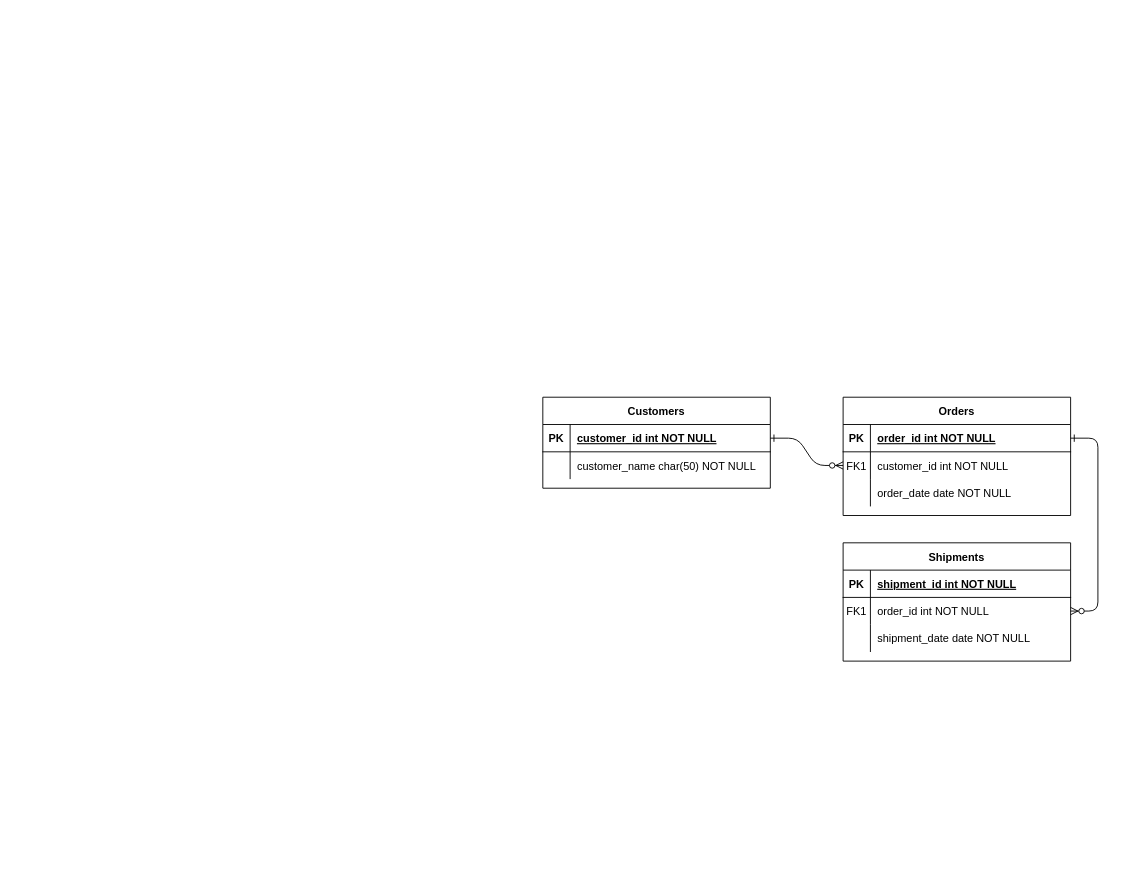
Before: daily_report_ER_diagram.drawio in satoru817/4eachkeijiban, a draw.io diagram. Source tidied: cells renumbered, new cells numbered last; positions are measured from the earlier drawing's top-left corner, leaving out a move shared by most shapes. Both pictures are drawn from the tidied source at 91%, with x=0, y=0 at pixel (542, 397).
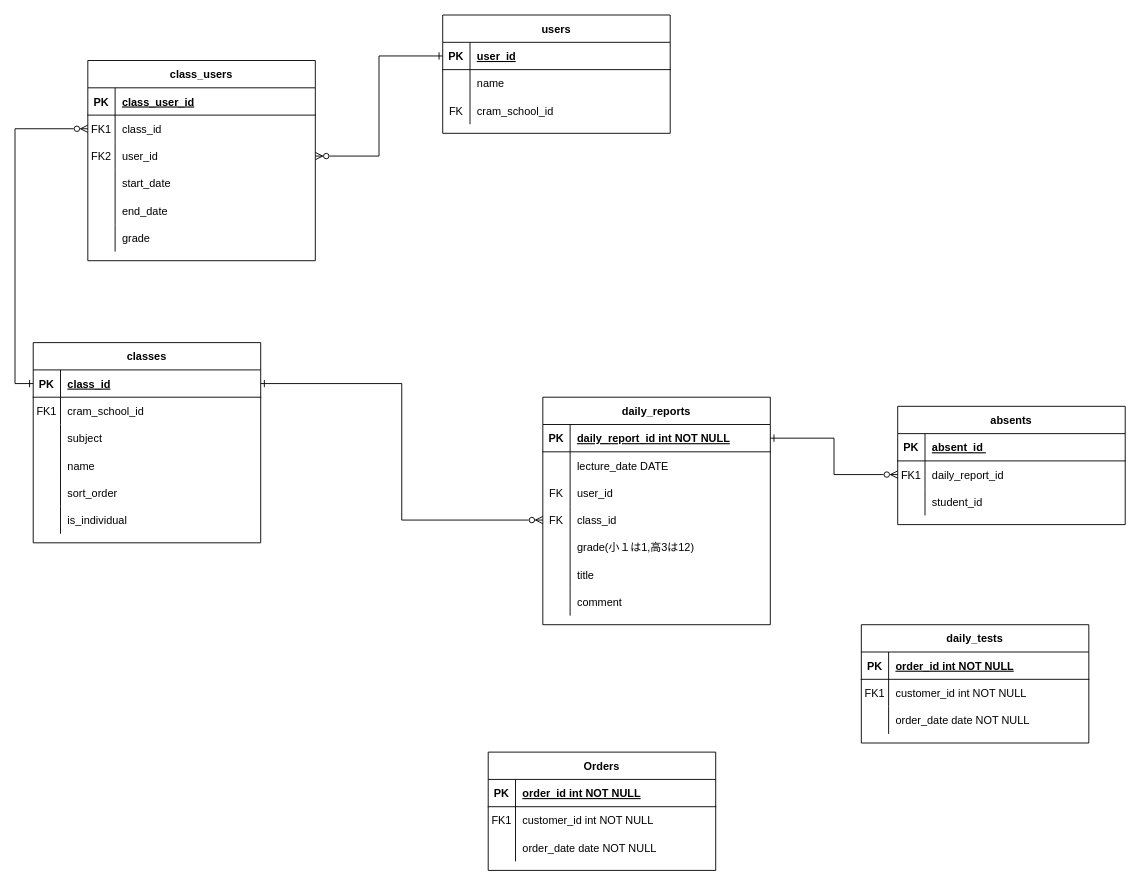
Above is the later version.

Commit message (it also covers changes not shown here):
daily_report_ER_diagram.drawio を更新します

Unchanged cells that the change refers to:
```xml
<mxCell id="5" style="shape=partialRectangle;fillColor=none;points=[[0,0.5],[1,0.5]];portConstraint=eastwest;top=0;left=0;right=0;bottom=1;" parent="4" vertex="1">
  <mxGeometry y="30" width="250" height="30" as="geometry" />
</mxCell>
<mxCell id="8" style="shape=partialRectangle;fillColor=none;points=[[0,0.5],[1,0.5]];portConstraint=eastwest;top=0;left=0;right=0;bottom=0;" parent="4" vertex="1">
  <mxGeometry y="60" width="250" height="30" as="geometry" />
</mxCell>
<mxCell id="15" style="shape=partialRectangle;fillColor=none;top=0;left=0;right=0;bottom=1;" parent="14" vertex="1">
  <mxGeometry y="30" width="250" height="30" as="geometry" />
</mxCell>
<mxCell id="18" style="shape=partialRectangle;fillColor=none;points=[[0,0.5],[1,0.5]];portConstraint=eastwest;top=0;left=0;right=0;bottom=0;" parent="14" vertex="1">
  <mxGeometry y="60" width="250" height="30" as="geometry" />
</mxCell>
<mxCell id="21" style="shape=partialRectangle;fillColor=none;top=0;left=0;right=0;bottom=0;" parent="14" vertex="1">
  <mxGeometry y="90" width="250" height="30" as="geometry" />
</mxCell>
<mxCell id="25" style="shape=partialRectangle;fillColor=none;points=[[0,0.5],[1,0.5]];portConstraint=eastwest;top=0;left=0;right=0;bottom=1;" parent="24" vertex="1">
  <mxGeometry y="30" width="250" height="30" as="geometry" />
</mxCell>
<mxCell id="28" style="shape=partialRectangle;fillColor=none;top=0;left=0;right=0;bottom=0;" parent="24" vertex="1">
  <mxGeometry y="60" width="250" height="30" as="geometry" />
</mxCell>
```

The edit, as a diff of the source:
```diff
@@
-    <mxCell id="2" style="edgeStyle=entityRelationEdgeStyle;endArrow=ERzeroToMany;startArrow=ERone;endFill=1;startFill=0;" parent="1" edge="1" source="25" target="8">
-      <mxGeometry relative="1" as="geometry" />
-    </mxCell>
-    <mxCell id="3" style="edgeStyle=entityRelationEdgeStyle;endArrow=ERzeroToMany;startArrow=ERone;endFill=1;startFill=0;" parent="1" edge="1" source="5" target="18">
-      <mxGeometry relative="1" as="geometry" />
-    </mxCell>
     <mxCell id="4" value="Orders" style="shape=table;startSize=30;childLayout=tableLayout;rowLines=0;fontStyle=1;align=center;" parent="1" vertex="1">
-      <mxGeometry x="330" width="250" height="130" as="geometry" />
+      <mxGeometry x="-60" y="390" width="250" height="130" as="geometry" />
     </mxCell>
@@
-    <mxCell id="14" value="Shipments" style="shape=table;startSize=30;childLayout=tableLayout;rowLines=0;fontStyle=1;align=center;" parent="1" vertex="1">
-      <mxGeometry x="330" y="160" width="250" height="130" as="geometry" />
+    <mxCell id="14" value="absents" style="shape=table;startSize=30;childLayout=tableLayout;rowLines=0;fontStyle=1;align=center;" parent="1" vertex="1">
+      <mxGeometry x="390" y="10" width="250" height="130" as="geometry" />
     </mxCell>
@@
-    <mxCell id="17" value="shipment_id int NOT NULL " style="shape=partialRectangle;overflow=hidden;fillColor=none;top=0;left=0;bottom=0;right=0;align=left;spacingLeft=6;fontStyle=5;" parent="15" vertex="1">
+    <mxCell id="17" value="absent_id " style="shape=partialRectangle;overflow=hidden;fillColor=none;top=0;left=0;bottom=0;right=0;align=left;spacingLeft=6;fontStyle=5;" parent="15" vertex="1">
       <mxGeometry x="30" width="220" height="30" as="geometry" />
     </mxCell>
@@
-    <mxCell id="20" value="order_id int NOT NULL" style="shape=partialRectangle;overflow=hidden;fillColor=none;top=0;left=0;bottom=0;right=0;align=left;spacingLeft=6;" parent="18" vertex="1">
+    <mxCell id="20" value="daily_report_id" style="shape=partialRectangle;overflow=hidden;fillColor=none;top=0;left=0;bottom=0;right=0;align=left;spacingLeft=6;" parent="18" vertex="1">
       <mxGeometry x="30" width="220" height="30" as="geometry" />
     </mxCell>
@@
-    <mxCell id="23" value="shipment_date date NOT NULL" style="shape=partialRectangle;overflow=hidden;fillColor=none;top=0;left=0;bottom=0;right=0;align=left;spacingLeft=6;" parent="21" vertex="1">
+    <mxCell id="23" value="student_id" style="shape=partialRectangle;overflow=hidden;fillColor=none;top=0;left=0;bottom=0;right=0;align=left;spacingLeft=6;" parent="21" vertex="1">
       <mxGeometry x="30" width="220" height="30" as="geometry" />
     </mxCell>
-    <mxCell id="24" value="Customers" style="shape=table;startSize=30;childLayout=tableLayout;rowLines=0;fontStyle=1;align=center;" parent="1" vertex="1">
-      <mxGeometry width="250" height="100" as="geometry" />
+    <mxCell id="24" value="daily_reports" style="shape=table;startSize=30;childLayout=tableLayout;rowLines=0;fontStyle=1;align=center;" parent="1" vertex="1">
+      <mxGeometry width="250" height="250" as="geometry" />
     </mxCell>
@@
-    <mxCell id="27" value="customer_id int NOT NULL " style="shape=partialRectangle;overflow=hidden;fillColor=none;top=0;left=0;bottom=0;right=0;align=left;spacingLeft=6;fontStyle=5;" parent="25" vertex="1">
+    <mxCell id="27" value="daily_report_id int NOT NULL " style="shape=partialRectangle;overflow=hidden;fillColor=none;top=0;left=0;bottom=0;right=0;align=left;spacingLeft=6;fontStyle=5;" parent="25" vertex="1">
       <mxGeometry x="30" width="220" height="30" as="geometry" />
     </mxCell>
@@
-    <mxCell id="30" value="customer_name char(50) NOT NULL" style="shape=partialRectangle;overflow=hidden;fillColor=none;top=0;left=0;bottom=0;right=0;align=left;spacingLeft=6;" parent="28" vertex="1">
+    <mxCell id="30" value="lecture_date DATE" style="shape=partialRectangle;overflow=hidden;fillColor=none;top=0;left=0;bottom=0;right=0;align=left;spacingLeft=6;" parent="28" vertex="1">
       <mxGeometry x="30" width="220" height="30" as="geometry" />
     </mxCell>
+    <mxCell id="31" style="shape=partialRectangle;fillColor=none;top=0;left=0;right=0;bottom=0;" parent="24" vertex="1">
+      <mxGeometry y="90" width="250" height="30" as="geometry" />
+    </mxCell>
+    <mxCell id="32" value="FK" style="shape=partialRectangle;overflow=hidden;fillColor=none;top=0;left=0;bottom=0;right=0;" parent="31" vertex="1">
+      <mxGeometry width="30" height="30" as="geometry" />
+    </mxCell>
+    <mxCell id="33" value="user_id " style="shape=partialRectangle;overflow=hidden;fillColor=none;top=0;left=0;bottom=0;right=0;align=left;spacingLeft=6;" parent="31" vertex="1">
+      <mxGeometry x="30" width="220" height="30" as="geometry" />
+    </mxCell>
+    <mxCell id="34" style="shape=partialRectangle;fillColor=none;points=[[0,0.5],[1,0.5]];portConstraint=eastwest;top=0;left=0;right=0;bottom=0;" parent="24" vertex="1">
+      <mxGeometry y="120" width="250" height="30" as="geometry" />
+    </mxCell>
+    <mxCell id="35" value="FK" style="shape=partialRectangle;overflow=hidden;fillColor=none;top=0;left=0;bottom=0;right=0;" parent="34" vertex="1">
+      <mxGeometry width="30" height="30" as="geometry" />
+    </mxCell>
+    <mxCell id="36" value="class_id" style="shape=partialRectangle;overflow=hidden;fillColor=none;top=0;left=0;bottom=0;right=0;align=left;spacingLeft=6;" parent="34" vertex="1">
+      <mxGeometry x="30" width="220" height="30" as="geometry" />
+    </mxCell>
+    <mxCell id="37" style="shape=partialRectangle;fillColor=none;top=0;left=0;right=0;bottom=0;" parent="24" vertex="1">
+      <mxGeometry y="150" width="250" height="30" as="geometry" />
+    </mxCell>
+    <mxCell id="38" style="shape=partialRectangle;overflow=hidden;fillColor=none;top=0;left=0;bottom=0;right=0;" parent="37" vertex="1">
+      <mxGeometry width="30" height="30" as="geometry" />
+    </mxCell>
+    <mxCell id="39" value="grade(小１は1,高3は12)" style="shape=partialRectangle;overflow=hidden;fillColor=none;top=0;left=0;bottom=0;right=0;align=left;spacingLeft=6;" parent="37" vertex="1">
+      <mxGeometry x="30" width="220" height="30" as="geometry" />
+    </mxCell>
+    <mxCell id="40" style="shape=partialRectangle;fillColor=none;top=0;left=0;right=0;bottom=0;" parent="24" vertex="1">
+      <mxGeometry y="180" width="250" height="30" as="geometry" />
+    </mxCell>
+    <mxCell id="41" style="shape=partialRectangle;overflow=hidden;fillColor=none;top=0;left=0;bottom=0;right=0;" parent="40" vertex="1">
+      <mxGeometry width="30" height="30" as="geometry" />
+    </mxCell>
+    <mxCell id="42" value="title" style="shape=partialRectangle;overflow=hidden;fillColor=none;top=0;left=0;bottom=0;right=0;align=left;spacingLeft=6;" parent="40" vertex="1">
+      <mxGeometry x="30" width="220" height="30" as="geometry" />
+    </mxCell>
+    <mxCell id="43" style="shape=partialRectangle;fillColor=none;top=0;left=0;right=0;bottom=0;" parent="24" vertex="1">
+      <mxGeometry y="210" width="250" height="30" as="geometry" />
+    </mxCell>
+    <mxCell id="44" style="shape=partialRectangle;overflow=hidden;fillColor=none;top=0;left=0;bottom=0;right=0;" parent="43" vertex="1">
+      <mxGeometry width="30" height="30" as="geometry" />
+    </mxCell>
+    <mxCell id="45" value="comment" style="shape=partialRectangle;overflow=hidden;fillColor=none;top=0;left=0;bottom=0;right=0;align=left;spacingLeft=6;" parent="43" vertex="1">
+      <mxGeometry x="30" width="220" height="30" as="geometry" />
+    </mxCell>
+    <mxCell id="46" style="edgeStyle=orthogonalEdgeStyle;rounded=0;jettySize=auto;html=1;exitX=1;exitY=0.5;exitDx=0;exitDy=0;startArrow=ERone;startFill=0;endArrow=ERzeroToMany;endFill=0;" parent="1" edge="1" source="25" target="18">
+      <mxGeometry relative="1" as="geometry" />
+    </mxCell>
+    <mxCell id="47" value="daily_tests" style="shape=table;startSize=30;childLayout=tableLayout;rowLines=0;fontStyle=1;align=center;" parent="1" vertex="1">
+      <mxGeometry x="350" y="250" width="250" height="130" as="geometry" />
+    </mxCell>
+    <mxCell id="48" style="shape=partialRectangle;fillColor=none;top=0;left=0;right=0;bottom=1;" parent="47" vertex="1">
+      <mxGeometry y="30" width="250" height="30" as="geometry" />
+    </mxCell>
+    <mxCell id="49" value="PK" style="shape=partialRectangle;overflow=hidden;fillColor=none;top=0;left=0;bottom=0;right=0;fontStyle=1;" parent="48" vertex="1">
+      <mxGeometry width="30" height="30" as="geometry" />
+    </mxCell>
+    <mxCell id="50" value="order_id int NOT NULL " style="shape=partialRectangle;overflow=hidden;fillColor=none;top=0;left=0;bottom=0;right=0;align=left;spacingLeft=6;fontStyle=5;" parent="48" vertex="1">
+      <mxGeometry x="30" width="220" height="30" as="geometry" />
+    </mxCell>
+    <mxCell id="51" style="shape=partialRectangle;fillColor=none;top=0;left=0;right=0;bottom=0;" parent="47" vertex="1">
+      <mxGeometry y="60" width="250" height="30" as="geometry" />
+    </mxCell>
+    <mxCell id="52" value="FK1" style="shape=partialRectangle;overflow=hidden;fillColor=none;top=0;left=0;bottom=0;right=0;" parent="51" vertex="1">
+      <mxGeometry width="30" height="30" as="geometry" />
+    </mxCell>
+    <mxCell id="53" value="customer_id int NOT NULL" style="shape=partialRectangle;overflow=hidden;fillColor=none;top=0;left=0;bottom=0;right=0;align=left;spacingLeft=6;" parent="51" vertex="1">
+      <mxGeometry x="30" width="220" height="30" as="geometry" />
+    </mxCell>
+    <mxCell id="54" style="shape=partialRectangle;fillColor=none;top=0;left=0;right=0;bottom=0;" parent="47" vertex="1">
+      <mxGeometry y="90" width="250" height="30" as="geometry" />
+    </mxCell>
+    <mxCell id="55" style="shape=partialRectangle;overflow=hidden;fillColor=none;top=0;left=0;bottom=0;right=0;" parent="54" vertex="1">
+      <mxGeometry width="30" height="30" as="geometry" />
+    </mxCell>
+    <mxCell id="56" value="order_date date NOT NULL" style="shape=partialRectangle;overflow=hidden;fillColor=none;top=0;left=0;bottom=0;right=0;align=left;spacingLeft=6;" parent="54" vertex="1">
+      <mxGeometry x="30" width="220" height="30" as="geometry" />
+    </mxCell>
+    <mxCell id="57" value="classes" style="shape=table;startSize=30;childLayout=tableLayout;rowLines=0;fontStyle=1;align=center;" parent="1" vertex="1">
+      <mxGeometry x="-560" y="-60" width="250" height="220" as="geometry" />
+    </mxCell>
+    <mxCell id="58" style="shape=partialRectangle;fillColor=none;points=[[0,0.5],[1,0.5]];portConstraint=eastwest;top=0;left=0;right=0;bottom=1;" parent="57" vertex="1">
+      <mxGeometry y="30" width="250" height="30" as="geometry" />
+    </mxCell>
+    <mxCell id="59" value="PK" style="shape=partialRectangle;overflow=hidden;fillColor=none;top=0;left=0;bottom=0;right=0;fontStyle=1;" parent="58" vertex="1">
+      <mxGeometry width="30" height="30" as="geometry" />
+    </mxCell>
+    <mxCell id="60" value="class_id" style="shape=partialRectangle;overflow=hidden;fillColor=none;top=0;left=0;bottom=0;right=0;align=left;spacingLeft=6;fontStyle=5;" parent="58" vertex="1">
+      <mxGeometry x="30" width="220" height="30" as="geometry" />
+    </mxCell>
+    <mxCell id="61" style="shape=partialRectangle;fillColor=none;top=0;left=0;right=0;bottom=0;" parent="57" vertex="1">
+      <mxGeometry y="60" width="250" height="30" as="geometry" />
+    </mxCell>
+    <mxCell id="62" value="FK1" style="shape=partialRectangle;overflow=hidden;fillColor=none;top=0;left=0;bottom=0;right=0;" parent="61" vertex="1">
+      <mxGeometry width="30" height="30" as="geometry" />
+    </mxCell>
+    <mxCell id="63" value="cram_school_id" style="shape=partialRectangle;overflow=hidden;fillColor=none;top=0;left=0;bottom=0;right=0;align=left;spacingLeft=6;" parent="61" vertex="1">
+      <mxGeometry x="30" width="220" height="30" as="geometry" />
+    </mxCell>
+    <mxCell id="64" style="shape=partialRectangle;fillColor=none;top=0;left=0;right=0;bottom=0;" parent="57" vertex="1">
+      <mxGeometry y="90" width="250" height="30" as="geometry" />
+    </mxCell>
+    <mxCell id="65" style="shape=partialRectangle;overflow=hidden;fillColor=none;top=0;left=0;bottom=0;right=0;" parent="64" vertex="1">
+      <mxGeometry width="30" height="30" as="geometry" />
+    </mxCell>
+    <mxCell id="66" value="subject" style="shape=partialRectangle;overflow=hidden;fillColor=none;top=0;left=0;bottom=0;right=0;align=left;spacingLeft=6;" parent="64" vertex="1">
+      <mxGeometry x="30" width="220" height="30" as="geometry" />
+    </mxCell>
+    <mxCell id="67" style="shape=partialRectangle;fillColor=none;top=0;left=0;right=0;bottom=0;" parent="57" vertex="1">
+      <mxGeometry y="120" width="250" height="30" as="geometry" />
+    </mxCell>
+    <mxCell id="68" style="shape=partialRectangle;overflow=hidden;fillColor=none;top=0;left=0;bottom=0;right=0;" parent="67" vertex="1">
+      <mxGeometry width="30" height="30" as="geometry" />
+    </mxCell>
+    <mxCell id="69" value="name" style="shape=partialRectangle;overflow=hidden;fillColor=none;top=0;left=0;bottom=0;right=0;align=left;spacingLeft=6;" parent="67" vertex="1">
+      <mxGeometry x="30" width="220" height="30" as="geometry" />
+    </mxCell>
+    <mxCell id="70" style="shape=partialRectangle;fillColor=none;top=0;left=0;right=0;bottom=0;" parent="57" vertex="1">
+      <mxGeometry y="150" width="250" height="30" as="geometry" />
+    </mxCell>
+    <mxCell id="71" style="shape=partialRectangle;overflow=hidden;fillColor=none;top=0;left=0;bottom=0;right=0;" parent="70" vertex="1">
+      <mxGeometry width="30" height="30" as="geometry" />
+    </mxCell>
+    <mxCell id="72" value="sort_order" style="shape=partialRectangle;overflow=hidden;fillColor=none;top=0;left=0;bottom=0;right=0;align=left;spacingLeft=6;" parent="70" vertex="1">
+      <mxGeometry x="30" width="220" height="30" as="geometry" />
+    </mxCell>
+    <mxCell id="73" style="shape=partialRectangle;fillColor=none;top=0;left=0;right=0;bottom=0;" parent="57" vertex="1">
+      <mxGeometry y="180" width="250" height="30" as="geometry" />
+    </mxCell>
+    <mxCell id="74" style="shape=partialRectangle;overflow=hidden;fillColor=none;top=0;left=0;bottom=0;right=0;" parent="73" vertex="1">
+      <mxGeometry width="30" height="30" as="geometry" />
+    </mxCell>
+    <mxCell id="75" value="is_individual" style="shape=partialRectangle;overflow=hidden;fillColor=none;top=0;left=0;bottom=0;right=0;align=left;spacingLeft=6;" parent="73" vertex="1">
+      <mxGeometry x="30" width="220" height="30" as="geometry" />
+    </mxCell>
+    <mxCell id="76" style="edgeStyle=orthogonalEdgeStyle;rounded=0;jettySize=auto;html=1;exitX=1;exitY=0.5;exitDx=0;exitDy=0;entryX=0;entryY=0.5;entryDx=0;entryDy=0;startArrow=ERone;startFill=0;endArrow=ERzeroToMany;endFill=0;" parent="1" edge="1" source="58" target="34">
+      <mxGeometry relative="1" as="geometry" />
+    </mxCell>
+    <mxCell id="77" value="users" style="shape=table;startSize=30;childLayout=tableLayout;rowLines=0;fontStyle=1;align=center;" parent="1" vertex="1">
+      <mxGeometry x="-110" y="-420" width="250" height="130" as="geometry" />
+    </mxCell>
+    <mxCell id="78" style="shape=partialRectangle;fillColor=none;points=[[0,0.5],[1,0.5]];portConstraint=eastwest;top=0;left=0;right=0;bottom=1;" parent="77" vertex="1">
+      <mxGeometry y="30" width="250" height="30" as="geometry" />
+    </mxCell>
+    <mxCell id="79" value="PK" style="shape=partialRectangle;overflow=hidden;fillColor=none;top=0;left=0;bottom=0;right=0;fontStyle=1;" parent="78" vertex="1">
+      <mxGeometry width="30" height="30" as="geometry" />
+    </mxCell>
+    <mxCell id="80" value="user_id" style="shape=partialRectangle;overflow=hidden;fillColor=none;top=0;left=0;bottom=0;right=0;align=left;spacingLeft=6;fontStyle=5;" parent="78" vertex="1">
+      <mxGeometry x="30" width="220" height="30" as="geometry" />
+    </mxCell>
+    <mxCell id="81" style="shape=partialRectangle;fillColor=none;top=0;left=0;right=0;bottom=0;" parent="77" vertex="1">
+      <mxGeometry y="60" width="250" height="30" as="geometry" />
+    </mxCell>
+    <mxCell id="82" style="shape=partialRectangle;overflow=hidden;fillColor=none;top=0;left=0;bottom=0;right=0;" parent="81" vertex="1">
+      <mxGeometry width="30" height="30" as="geometry" />
+    </mxCell>
+    <mxCell id="83" value="name" style="shape=partialRectangle;overflow=hidden;fillColor=none;top=0;left=0;bottom=0;right=0;align=left;spacingLeft=6;" parent="81" vertex="1">
+      <mxGeometry x="30" width="220" height="30" as="geometry" />
+    </mxCell>
+    <mxCell id="84" style="shape=partialRectangle;fillColor=none;top=0;left=0;right=0;bottom=0;" parent="77" vertex="1">
+      <mxGeometry y="90" width="250" height="30" as="geometry" />
+    </mxCell>
+    <mxCell id="85" value="FK" style="shape=partialRectangle;overflow=hidden;fillColor=none;top=0;left=0;bottom=0;right=0;" parent="84" vertex="1">
+      <mxGeometry width="30" height="30" as="geometry" />
+    </mxCell>
+    <mxCell id="86" value="cram_school_id" style="shape=partialRectangle;overflow=hidden;fillColor=none;top=0;left=0;bottom=0;right=0;align=left;spacingLeft=6;" parent="84" vertex="1">
+      <mxGeometry x="30" width="220" height="30" as="geometry" />
+    </mxCell>
+    <mxCell id="87" value="class_users" style="shape=table;startSize=30;childLayout=tableLayout;rowLines=0;fontStyle=1;align=center;" parent="1" vertex="1">
+      <mxGeometry x="-500" y="-370" width="250" height="220" as="geometry" />
+    </mxCell>
+    <mxCell id="88" style="shape=partialRectangle;fillColor=none;top=0;left=0;right=0;bottom=1;" parent="87" vertex="1">
+      <mxGeometry y="30" width="250" height="30" as="geometry" />
+    </mxCell>
+    <mxCell id="89" value="PK" style="shape=partialRectangle;overflow=hidden;fillColor=none;top=0;left=0;bottom=0;right=0;fontStyle=1;" parent="88" vertex="1">
+      <mxGeometry width="30" height="30" as="geometry" />
+    </mxCell>
+    <mxCell id="90" value="class_user_id" style="shape=partialRectangle;overflow=hidden;fillColor=none;top=0;left=0;bottom=0;right=0;align=left;spacingLeft=6;fontStyle=5;" parent="88" vertex="1">
+      <mxGeometry x="30" width="220" height="30" as="geometry" />
+    </mxCell>
+    <mxCell id="91" style="shape=partialRectangle;fillColor=none;points=[[0,0.5],[1,0.5]];portConstraint=eastwest;top=0;left=0;right=0;bottom=0;" parent="87" vertex="1">
+      <mxGeometry y="60" width="250" height="30" as="geometry" />
+    </mxCell>
+    <mxCell id="92" value="FK1" style="shape=partialRectangle;overflow=hidden;fillColor=none;top=0;left=0;bottom=0;right=0;" parent="91" vertex="1">
+      <mxGeometry width="30" height="30" as="geometry" />
+    </mxCell>
+    <mxCell id="93" value="class_id" style="shape=partialRectangle;overflow=hidden;fillColor=none;top=0;left=0;bottom=0;right=0;align=left;spacingLeft=6;" parent="91" vertex="1">
+      <mxGeometry x="30" width="220" height="30" as="geometry" />
+    </mxCell>
+    <mxCell id="94" style="shape=partialRectangle;fillColor=none;points=[[0,0.5],[1,0.5]];portConstraint=eastwest;top=0;left=0;right=0;bottom=0;" parent="87" vertex="1">
+      <mxGeometry y="90" width="250" height="30" as="geometry" />
+    </mxCell>
+    <mxCell id="95" value="FK2" style="shape=partialRectangle;overflow=hidden;fillColor=none;top=0;left=0;bottom=0;right=0;" parent="94" vertex="1">
+      <mxGeometry width="30" height="30" as="geometry" />
+    </mxCell>
+    <mxCell id="96" value="user_id" style="shape=partialRectangle;overflow=hidden;fillColor=none;top=0;left=0;bottom=0;right=0;align=left;spacingLeft=6;" parent="94" vertex="1">
+      <mxGeometry x="30" width="220" height="30" as="geometry" />
+    </mxCell>
+    <mxCell id="97" style="shape=partialRectangle;fillColor=none;top=0;left=0;right=0;bottom=0;" parent="87" vertex="1">
+      <mxGeometry y="120" width="250" height="30" as="geometry" />
+    </mxCell>
+    <mxCell id="98" style="shape=partialRectangle;overflow=hidden;fillColor=none;top=0;left=0;bottom=0;right=0;" parent="97" vertex="1">
+      <mxGeometry width="30" height="30" as="geometry" />
+    </mxCell>
+    <mxCell id="99" value="start_date" style="shape=partialRectangle;overflow=hidden;fillColor=none;top=0;left=0;bottom=0;right=0;align=left;spacingLeft=6;" parent="97" vertex="1">
+      <mxGeometry x="30" width="220" height="30" as="geometry" />
+    </mxCell>
+    <mxCell id="100" style="shape=partialRectangle;fillColor=none;top=0;left=0;right=0;bottom=0;" parent="87" vertex="1">
+      <mxGeometry y="150" width="250" height="30" as="geometry" />
+    </mxCell>
+    <mxCell id="101" style="shape=partialRectangle;overflow=hidden;fillColor=none;top=0;left=0;bottom=0;right=0;" parent="100" vertex="1">
+      <mxGeometry width="30" height="30" as="geometry" />
+    </mxCell>
+    <mxCell id="102" value="end_date" style="shape=partialRectangle;overflow=hidden;fillColor=none;top=0;left=0;bottom=0;right=0;align=left;spacingLeft=6;" parent="100" vertex="1">
+      <mxGeometry x="30" width="220" height="30" as="geometry" />
+    </mxCell>
+    <mxCell id="103" style="shape=partialRectangle;fillColor=none;top=0;left=0;right=0;bottom=0;" parent="87" vertex="1">
+      <mxGeometry y="180" width="250" height="30" as="geometry" />
+    </mxCell>
+    <mxCell id="104" style="shape=partialRectangle;overflow=hidden;fillColor=none;top=0;left=0;bottom=0;right=0;" parent="103" vertex="1">
+      <mxGeometry width="30" height="30" as="geometry" />
+    </mxCell>
+    <mxCell id="105" value="grade" style="shape=partialRectangle;overflow=hidden;fillColor=none;top=0;left=0;bottom=0;right=0;align=left;spacingLeft=6;" parent="103" vertex="1">
+      <mxGeometry x="30" width="220" height="30" as="geometry" />
+    </mxCell>
+    <mxCell id="106" style="edgeStyle=orthogonalEdgeStyle;rounded=0;jettySize=auto;html=1;exitX=0;exitY=0.5;exitDx=0;exitDy=0;startArrow=ERone;startFill=0;endArrow=ERzeroToMany;endFill=0;" parent="1" edge="1" source="58" target="91">
+      <mxGeometry relative="1" as="geometry" />
+    </mxCell>
+    <mxCell id="107" style="edgeStyle=orthogonalEdgeStyle;rounded=0;jettySize=auto;html=1;exitX=1;exitY=0.5;exitDx=0;exitDy=0;endArrow=ERone;endFill=0;startArrow=ERzeroToMany;startFill=0;" parent="1" edge="1" source="94" target="78">
+      <mxGeometry relative="1" as="geometry" />
+    </mxCell>
```
